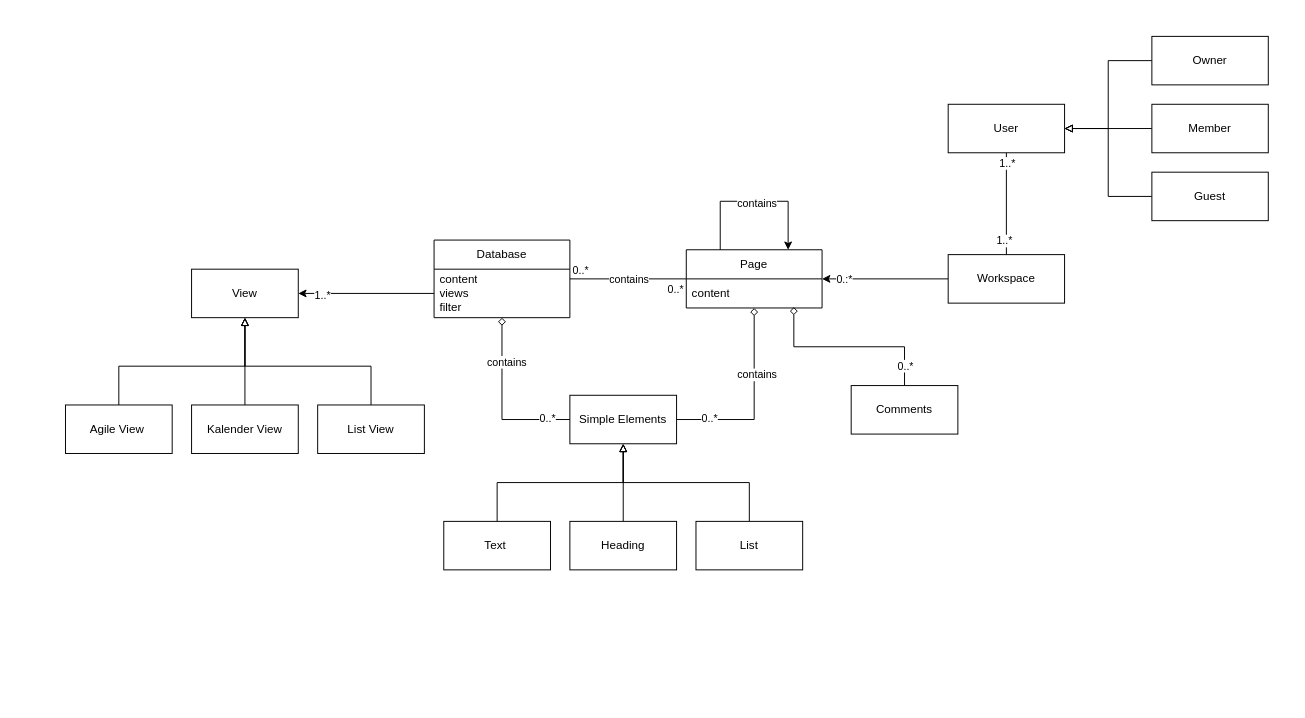
This is Notion_Class_Diagram.drawio from Adrian-Hansen-dev/software-architecture, a draw.io file, before an edit. Source tidied: cells renumbered, new cells numbered last; positions are measured from the earlier drawing's top-left corner, leaving out a move shared by most shapes. Both pictures are drawn from the tidied source at 97%, with x=0, y=0 at pixel (65, 36).
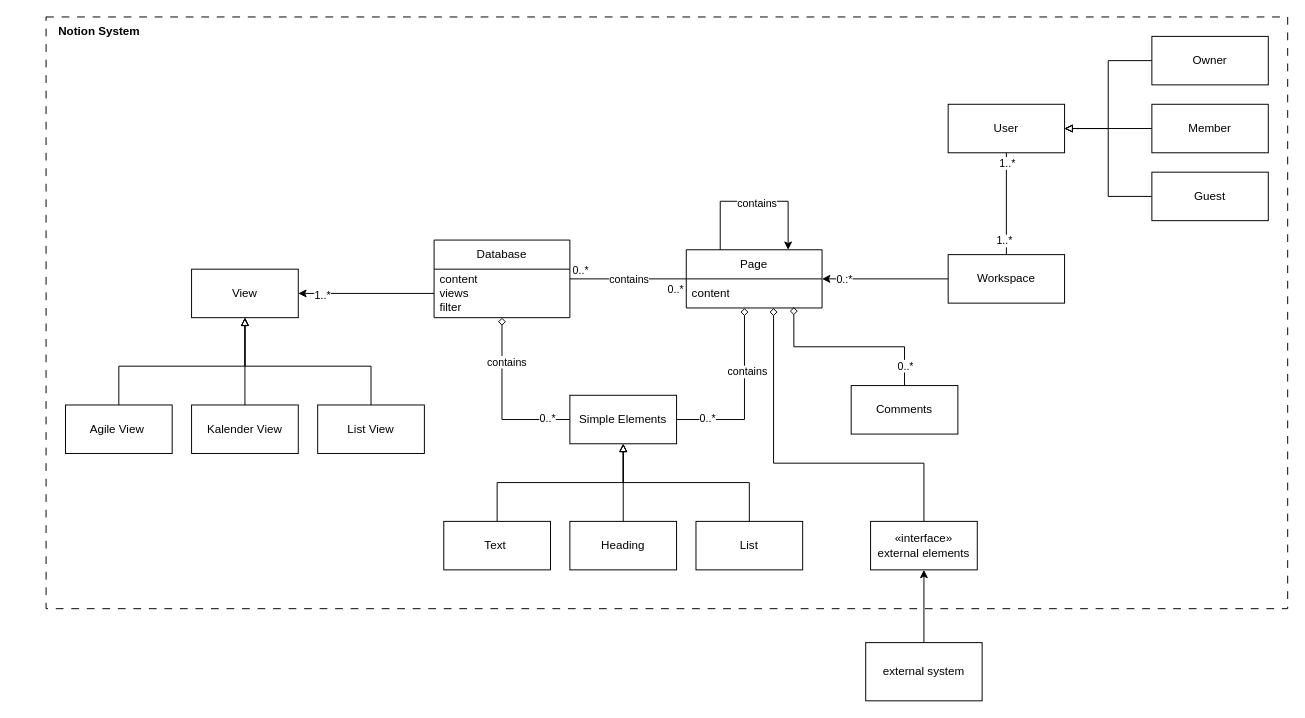
After the change.

The change refers to these unchanged cells:
```xml
<mxCell id="7" value="Page" style="swimlane;fontStyle=0;horizontal=1;startSize=30;whiteSpace=wrap;html=1;" parent="1" vertex="1">
  <mxGeometry x="640" y="220" width="140" height="60" as="geometry" />
</mxCell>
<mxCell id="20" value="Simple Elements" style="html=1;whiteSpace=wrap;" parent="1" vertex="1">
  <mxGeometry x="520" y="370" width="110" height="50" as="geometry" />
</mxCell>
```

Diff of the diagram source:
```diff
@@
     <mxCell id="2" style="edgeStyle=orthogonalEdgeStyle;rounded=0;jettySize=auto;html=1;entryX=1;entryY=0.5;entryDx=0;entryDy=0;endArrow=none;endFill=0;startArrow=diamond;startFill=0;" parent="1" edge="1" source="7" target="20">
       <mxGeometry relative="1" as="geometry">
         <Array as="points">
-          <mxPoint x="710" y="395" />
+          <mxPoint x="700" y="395" />
         </Array>
       </mxGeometry>
     </mxCell>
@@
+    <mxCell id="50" style="edgeStyle=orthogonalEdgeStyle;rounded=0;jettySize=auto;html=1;entryX=0.5;entryY=0;entryDx=0;entryDy=0;startArrow=diamond;startFill=0;endArrow=none;endFill=0;" parent="1" edge="1" source="7" target="52">
+      <mxGeometry relative="1" as="geometry">
+        <Array as="points">
+          <mxPoint x="730" y="440" />
+          <mxPoint x="885" y="440" />
+        </Array>
+      </mxGeometry>
+    </mxCell>
@@
+    <mxCell id="51" style="edgeStyle=orthogonalEdgeStyle;rounded=0;jettySize=auto;html=1;startArrow=classic;startFill=1;endArrow=none;endFill=0;" parent="1" edge="1" source="52" target="53">
+      <mxGeometry relative="1" as="geometry" />
+    </mxCell>
+    <mxCell id="52" value="«interface»&lt;br&gt;external elements" style="html=1;whiteSpace=wrap;" parent="1" vertex="1">
+      <mxGeometry x="830" y="500" width="110" height="50" as="geometry" />
+    </mxCell>
+    <mxCell id="53" value="external system" style="whiteSpace=wrap;html=1;" parent="1" vertex="1">
+      <mxGeometry x="825" y="625" width="120" height="60" as="geometry" />
+    </mxCell>
+    <mxCell id="54" style="rounded=0;whiteSpace=wrap;html=1;dashed=1;dashPattern=8 8;fillColor=none;" parent="1" vertex="1">
+      <mxGeometry x="-20" y="-20" width="1280" height="610" as="geometry" />
+    </mxCell>
+    <mxCell id="55" value="&lt;b&gt;Notion System&lt;/b&gt;" style="text;html=1;whiteSpace=wrap;strokeColor=none;fillColor=none;align=center;verticalAlign=middle;rounded=0;" parent="1" vertex="1">
+      <mxGeometry x="-50" y="-20" width="170" height="30" as="geometry" />
+    </mxCell>
```
